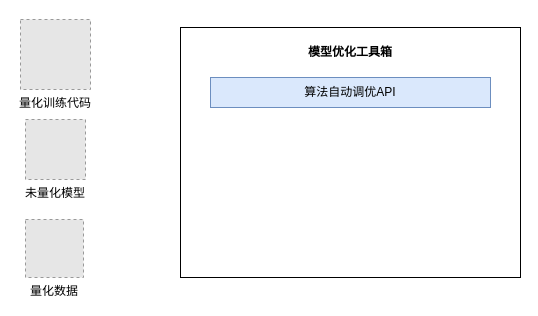
Above: 模型压缩流程.drawio in paleblackless/diagrams (draw.io), before the change. Source tidied: cells renumbered, new cells numbered last; positions are measured from the earlier drawing's top-left corner, leaving out a move shared by most shapes. Both pictures are drawn from the tidied source at 100%, with x=0, y=0 at pixel (20, 19). Pictures stored in the file or linked from it are replaced by grey dashed boxes.
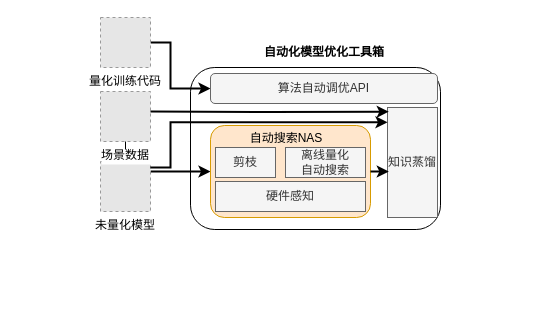
After the change.

Commit message (it also covers changes not shown here):
更新模型压缩流程.drawio

The edit, as a diff of the source:
```diff
@@
+    <mxCell id="5" style="rounded=1;whiteSpace=wrap;html=1;fillColor=none;strokeWidth=1;" parent="1" vertex="1">
+      <mxGeometry x="170" y="48" width="250" height="162" as="geometry" />
+    </mxCell>
+    <mxCell id="8" style="edgeStyle=orthogonalEdgeStyle;rounded=0;jettySize=auto;html=1;entryX=0;entryY=0.5;entryDx=0;entryDy=0;strokeWidth=2;" parent="1" edge="1" source="2" target="7">
+      <mxGeometry relative="1" as="geometry">
+        <Array as="points">
+          <mxPoint x="150" y="23" />
+          <mxPoint x="150" y="69" />
+        </Array>
+      </mxGeometry>
+    </mxCell>
     <mxCell id="2" value="量化训练代码&#10;" style="fillColor=#E6E6E6;strokeColor=#999999;dashed=1;verticalLabelPosition=bottom;labelBackgroundColor=default;verticalAlign=top;" parent="1" vertex="1">
-      <mxGeometry width="70" height="70" as="geometry" />
+      <mxGeometry x="80" y="-2" width="50" height="50" as="geometry" />
     </mxCell>
+    <mxCell id="9" style="edgeStyle=orthogonalEdgeStyle;rounded=0;jettySize=auto;html=1;strokeWidth=2;strokeColor=#000000;" parent="1" edge="1" source="3" target="11">
+      <mxGeometry relative="1" as="geometry">
+        <Array as="points">
+          <mxPoint x="150" y="152" />
+          <mxPoint x="150" y="152" />
+        </Array>
+      </mxGeometry>
+    </mxCell>
     <mxCell id="3" value="未量化模型" style="fillColor=#E6E6E6;strokeColor=#999999;dashed=1;verticalLabelPosition=bottom;labelBackgroundColor=default;verticalAlign=top;" parent="1" vertex="1">
-      <mxGeometry x="5" y="100" width="60" height="60" as="geometry" />
+      <mxGeometry x="80" y="142" width="50" height="50" as="geometry" />
     </mxCell>
+    <mxCell id="10" style="edgeStyle=orthogonalEdgeStyle;rounded=0;jettySize=auto;html=1;" parent="1" edge="1" source="4" target="3">
+      <mxGeometry relative="1" as="geometry" />
+    </mxCell>
-    <mxCell id="4" value="量化数据" style="fillColor=#E6E6E6;strokeColor=#999999;dashed=1;verticalLabelPosition=bottom;labelBackgroundColor=default;verticalAlign=top;" parent="1" vertex="1">
-      <mxGeometry x="5" y="200" width="58" height="58" as="geometry" />
+    <mxCell id="4" value="场景数据" style="fillColor=#E6E6E6;strokeColor=#999999;dashed=1;verticalLabelPosition=bottom;labelBackgroundColor=default;verticalAlign=top;" parent="1" vertex="1">
+      <mxGeometry x="80" y="72" width="50" height="50" as="geometry" />
     </mxCell>
-    <mxCell id="5" style="rounded=0;whiteSpace=wrap;html=1;fillColor=none;" parent="1" vertex="1">
-      <mxGeometry x="160" y="8" width="340" height="250" as="geometry" />
-    </mxCell>
-    <mxCell id="6" value="&lt;b&gt;模型优化工具箱&lt;/b&gt;" style="text;html=1;strokeColor=none;fillColor=none;align=center;verticalAlign=middle;whiteSpace=wrap;rounded=0;" parent="1" vertex="1">
-      <mxGeometry x="265" y="18" width="130" height="30" as="geometry" />
+    <mxCell id="6" value="&lt;b&gt;自动化模型优化工具箱&lt;/b&gt;" style="text;html=1;strokeColor=none;fillColor=none;align=center;verticalAlign=middle;whiteSpace=wrap;rounded=0;" parent="1" vertex="1">
+      <mxGeometry x="230.5" y="17" width="146" height="31" as="geometry" />
     </mxCell>
-    <mxCell id="7" value="算法自动调优API" style="rounded=0;whiteSpace=wrap;html=1;fillColor=#dae8fc;strokeColor=#6c8ebf;" parent="1" vertex="1">
-      <mxGeometry x="190" y="58" width="280" height="30" as="geometry" />
+    <mxCell id="7" value="算法自动调优API" style="rounded=1;whiteSpace=wrap;html=1;fillColor=#f5f5f5;strokeColor=#666666;fontColor=#333333;" parent="1" vertex="1">
+      <mxGeometry x="190" y="54" width="227" height="30" as="geometry" />
     </mxCell>
+    <mxCell id="11" style="rounded=1;whiteSpace=wrap;html=1;fillColor=#ffe6cc;strokeColor=#d79b00;" parent="1" vertex="1">
+      <mxGeometry x="190" y="106" width="160" height="92" as="geometry" />
+    </mxCell>
+    <mxCell id="12" value="自动搜索NAS" style="text;html=1;strokeColor=none;fillColor=none;align=center;verticalAlign=middle;whiteSpace=wrap;rounded=0;" parent="1" vertex="1">
+      <mxGeometry x="223" y="104" width="86" height="30" as="geometry" />
+    </mxCell>
+    <mxCell id="13" value="剪枝" style="rounded=0;whiteSpace=wrap;html=1;fillColor=#f5f5f5;fontColor=#333333;strokeColor=#666666;" parent="1" vertex="1">
+      <mxGeometry x="195" y="128" width="60" height="30" as="geometry" />
+    </mxCell>
+    <mxCell id="14" value="硬件感知" style="rounded=0;whiteSpace=wrap;html=1;fillColor=#f5f5f5;fontColor=#333333;strokeColor=#666666;" parent="1" vertex="1">
+      <mxGeometry x="195" y="162" width="150" height="30" as="geometry" />
+    </mxCell>
+    <mxCell id="15" value="离线量化&lt;br&gt;自动搜索" style="rounded=0;whiteSpace=wrap;html=1;fillColor=#f5f5f5;fontColor=#333333;strokeColor=#666666;" parent="1" vertex="1">
+      <mxGeometry x="265" y="128" width="80" height="30" as="geometry" />
+    </mxCell>
+    <mxCell id="16" value="知识蒸馏" style="rounded=0;whiteSpace=wrap;html=1;fillColor=#f5f5f5;strokeColor=#666666;fontColor=#333333;" parent="1" vertex="1">
+      <mxGeometry x="367" y="88" width="50" height="110" as="geometry" />
+    </mxCell>
+    <mxCell id="17" style="edgeStyle=orthogonalEdgeStyle;rounded=0;orthogonalLoop=1;jettySize=auto;html=1;entryX=0.026;entryY=0.084;entryDx=0;entryDy=0;entryPerimeter=0;strokeWidth=2;" parent="1" edge="1">
+      <mxGeometry relative="1" as="geometry">
+        <mxPoint x="130" y="92" as="sourcePoint" />
+        <mxPoint x="368.3" y="92.2" as="targetPoint" />
+      </mxGeometry>
+    </mxCell>
+    <mxCell id="18" style="edgeStyle=orthogonalEdgeStyle;rounded=0;jettySize=auto;html=1;entryX=0.026;entryY=0.58;entryDx=0;entryDy=0;entryPerimeter=0;strokeWidth=2;" parent="1" edge="1" target="16">
+      <mxGeometry relative="1" as="geometry">
+        <mxPoint x="350" y="152" as="sourcePoint" />
+      </mxGeometry>
+    </mxCell>
+    <mxCell id="19" style="edgeStyle=orthogonalEdgeStyle;rounded=0;jettySize=auto;html=1;entryX=0;entryY=0.18;entryDx=0;entryDy=0;entryPerimeter=0;strokeWidth=2;exitX=0.998;exitY=0.118;exitDx=0;exitDy=0;exitPerimeter=0;" parent="1" edge="1" source="3">
+      <mxGeometry relative="1" as="geometry">
+        <mxPoint x="367" y="102.8" as="targetPoint" />
+        <Array as="points">
+          <mxPoint x="131" y="148" />
+          <mxPoint x="150" y="148" />
+          <mxPoint x="150" y="103" />
+        </Array>
+      </mxGeometry>
+    </mxCell>
```
